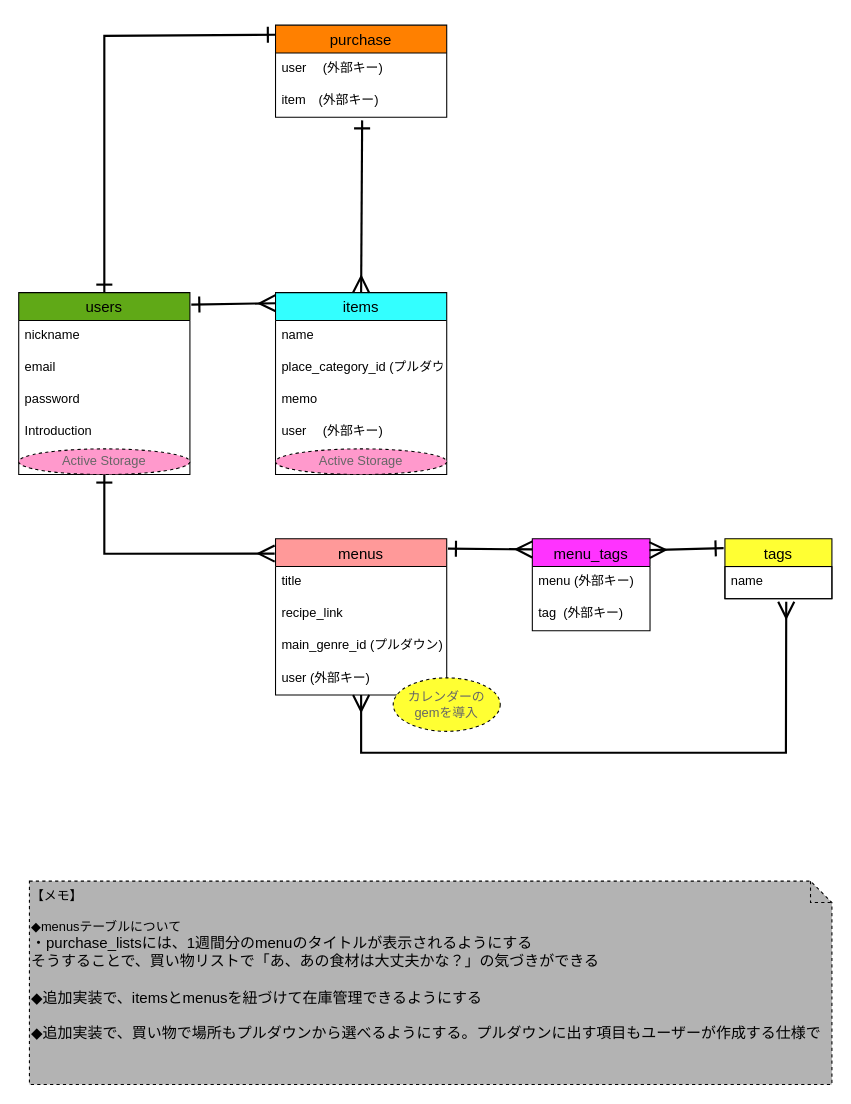
Earlier version of the draw.io diagram page "案1" (1 of 2) of ER.dio (miyazato1872/shopping_memo). Source tidied: cells renumbered, new cells numbered last; positions are measured from the earlier drawing's top-left corner, leaving out a move shared by most shapes. Both pictures are drawn from the tidied source at 107%, with x=0, y=0 at pixel (18, 25).
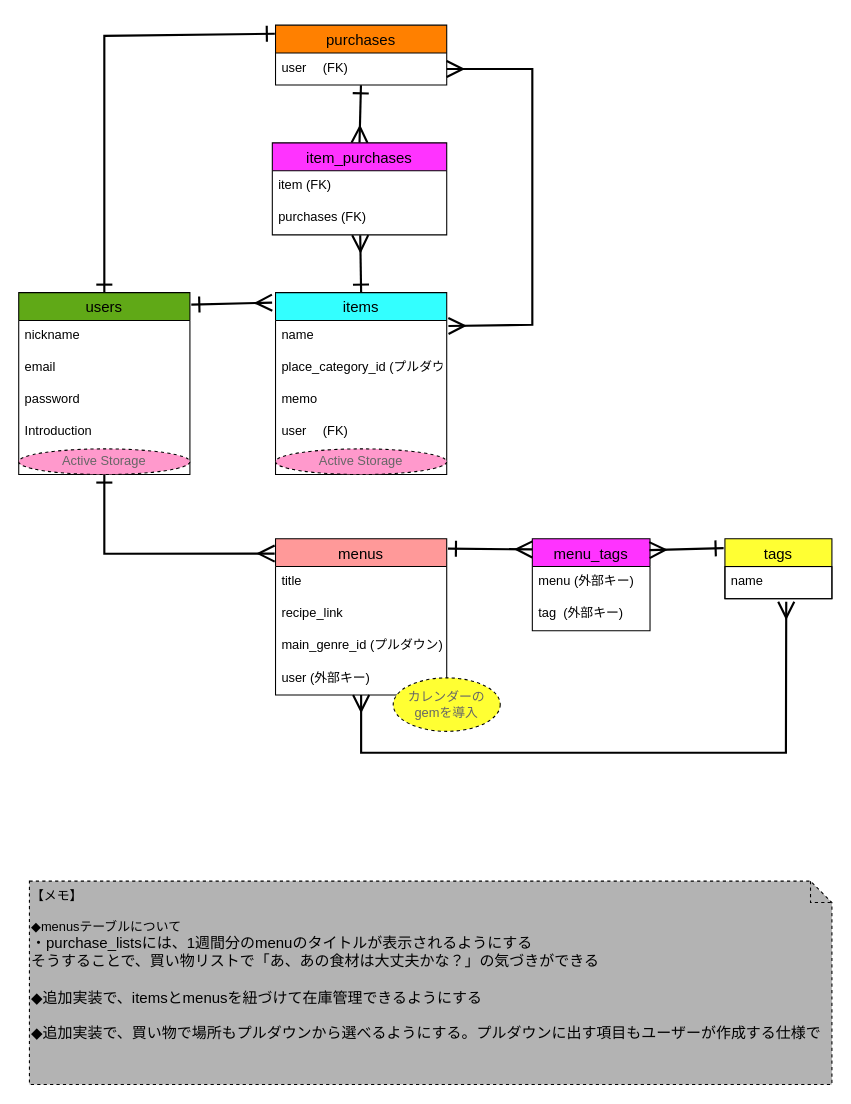
The same page after the edit.

Unchanged cells that the change refers to:
```xml
<mxCell id="2" value="users" style="swimlane;fontStyle=0;horizontal=1;startSize=26;align=center;fontSize=14;rounded=0;swimlaneLine=1;glass=0;shadow=0;fillColor=#60A917;fontColor=#000000;" parent="1" vertex="1">
  <mxGeometry y="250" width="160" height="170" as="geometry" />
</mxCell>
<mxCell id="8" value="items" style="swimlane;fontStyle=0;horizontal=1;startSize=26;align=center;fontSize=14;rounded=0;swimlaneLine=1;glass=0;shadow=0;fillColor=#33FFFF;fontColor=#000000;" parent="1" vertex="1">
  <mxGeometry x="240" y="250" width="160" height="170" as="geometry" />
</mxCell>
<mxCell id="9" value="name" style="text;strokeColor=none;fillColor=none;spacingLeft=4;spacingRight=4;overflow=hidden;points=[[0,0.5],[1,0.5]];portConstraint=eastwest;fontSize=12;" parent="8" vertex="1">
  <mxGeometry y="26" width="160" height="30" as="geometry" />
</mxCell>
```

Diff of the diagram source:
```diff
@@
-    <mxCell id="12" value="user 　(外部キー)" style="text;strokeColor=none;fillColor=none;spacingLeft=4;spacingRight=4;overflow=hidden;fontSize=12;" parent="8" vertex="1">
+    <mxCell id="12" value="user 　(FK)" style="text;strokeColor=none;fillColor=none;spacingLeft=4;spacingRight=4;overflow=hidden;fontSize=12;" parent="8" vertex="1">
       <mxGeometry y="116" width="160" height="30" as="geometry" />
     </mxCell>
@@
-    <mxCell id="14" value="purchase" style="swimlane;fontStyle=0;horizontal=1;startSize=26;align=center;fontSize=14;rounded=0;swimlaneLine=1;glass=0;shadow=0;fillColor=#FF8000;fontColor=#000000;" parent="1" vertex="1">
-      <mxGeometry x="240" width="160" height="86" as="geometry" />
+    <mxCell id="14" value="purchases" style="swimlane;fontStyle=0;horizontal=1;startSize=26;align=center;fontSize=14;rounded=0;swimlaneLine=1;glass=0;shadow=0;fillColor=#FF8000;fontColor=#000000;" parent="1" vertex="1">
+      <mxGeometry x="240" width="160" height="56" as="geometry" />
     </mxCell>
-    <mxCell id="15" value="user 　(外部キー)" style="text;strokeColor=none;fillColor=none;spacingLeft=4;spacingRight=4;overflow=hidden;points=[[0,0.5],[1,0.5]];portConstraint=eastwest;fontSize=12;" parent="14" vertex="1">
+    <mxCell id="15" value="user 　(FK)" style="text;strokeColor=none;fillColor=none;spacingLeft=4;spacingRight=4;overflow=hidden;points=[[0,0.5],[1,0.5]];portConstraint=eastwest;fontSize=12;" parent="14" vertex="1">
       <mxGeometry y="26" width="160" height="30" as="geometry" />
     </mxCell>
-    <mxCell id="16" value="item　(外部キー)" style="text;strokeColor=none;fillColor=none;spacingLeft=4;spacingRight=4;overflow=hidden;points=[[0,0.5],[1,0.5]];portConstraint=eastwest;fontSize=12;" parent="14" vertex="1">
-      <mxGeometry y="56" width="160" height="30" as="geometry" />
-    </mxCell>
-    <mxCell id="17" style="endArrow=ERone;html=1;rounded=0;strokeWidth=2;fontColor=#F0F0F0;startSize=12;endSize=12;sourcePerimeterSpacing=0;endFill=0;startArrow=ERmany;startFill=0;entryX=1.008;entryY=0.066;entryDx=0;entryDy=0;entryPerimeter=0;exitX=0;exitY=0.058;exitDx=0;exitDy=0;exitPerimeter=0;" parent="1" edge="1" source="8" target="2">
+    <mxCell id="17" style="endArrow=ERone;html=1;rounded=0;strokeWidth=2;fontColor=#F0F0F0;startSize=12;endSize=12;sourcePerimeterSpacing=0;endFill=0;startArrow=ERmany;startFill=0;entryX=1.008;entryY=0.066;entryDx=0;entryDy=0;entryPerimeter=0;exitX=-0.02;exitY=0.055;exitDx=0;exitDy=0;exitPerimeter=0;" parent="1" edge="1" source="8" target="2">
       <mxGeometry relative="1" as="geometry" />
     </mxCell>
-    <mxCell id="18" style="endArrow=ERmany;html=1;rounded=0;strokeWidth=2;fontColor=#F0F0F0;startSize=12;endSize=12;sourcePerimeterSpacing=0;endFill=0;startArrow=ERone;startFill=0;entryX=0.5;entryY=0;entryDx=0;entryDy=0;exitX=0.506;exitY=1.1;exitDx=0;exitDy=0;exitPerimeter=0;" parent="1" edge="1" source="16" target="8">
+    <mxCell id="18" style="endArrow=ERmany;html=1;rounded=0;strokeWidth=2;fontColor=#F0F0F0;startSize=12;endSize=12;sourcePerimeterSpacing=0;endFill=0;startArrow=ERone;startFill=0;exitX=0.499;exitY=1.006;exitDx=0;exitDy=0;exitPerimeter=0;entryX=0.5;entryY=0;entryDx=0;entryDy=0;" parent="1" edge="1" source="15" target="36">
       <mxGeometry relative="1" as="geometry" />
     </mxCell>
@@
-    <mxCell id="34" style="endArrow=ERone;html=1;rounded=0;strokeWidth=2;fontColor=#F0F0F0;startSize=12;endSize=12;sourcePerimeterSpacing=0;endFill=0;startArrow=ERone;startFill=0;entryX=0.5;entryY=0;entryDx=0;entryDy=0;exitX=0.002;exitY=0.104;exitDx=0;exitDy=0;exitPerimeter=0;" parent="1" edge="1" source="14" target="2">
+    <mxCell id="34" style="endArrow=ERone;html=1;rounded=0;strokeWidth=2;fontColor=#F0F0F0;startSize=12;endSize=12;sourcePerimeterSpacing=0;endFill=0;startArrow=ERone;startFill=0;entryX=0.5;entryY=0;entryDx=0;entryDy=0;exitX=-0.004;exitY=0.143;exitDx=0;exitDy=0;exitPerimeter=0;" parent="1" edge="1" source="14" target="2">
       <mxGeometry relative="1" as="geometry">
         <Array as="points">
           <mxPoint x="80" y="10" />
         </Array>
       </mxGeometry>
     </mxCell>
@@
+    <mxCell id="36" value="item_purchases" style="swimlane;fontStyle=0;horizontal=1;startSize=26;align=center;fontSize=14;rounded=0;swimlaneLine=1;glass=0;shadow=0;fillColor=#FF33FF;fontColor=#000000;" parent="1" vertex="1">
+      <mxGeometry x="237" y="110" width="163" height="86" as="geometry" />
+    </mxCell>
+    <mxCell id="37" value="item (FK)" style="text;strokeColor=none;fillColor=none;spacingLeft=4;spacingRight=4;overflow=hidden;fontSize=12;" parent="36" vertex="1">
+      <mxGeometry y="26" width="163" height="30" as="geometry" />
+    </mxCell>
+    <mxCell id="38" value="purchases (FK)" style="text;strokeColor=none;fillColor=none;spacingLeft=4;spacingRight=4;overflow=hidden;points=[[0,0.5],[1,0.5]];portConstraint=eastwest;fontSize=12;" parent="36" vertex="1">
+      <mxGeometry y="56" width="163" height="30" as="geometry" />
+    </mxCell>
+    <mxCell id="39" style="endArrow=ERmany;html=1;rounded=0;strokeWidth=2;fontColor=#F0F0F0;startSize=12;endSize=12;sourcePerimeterSpacing=0;endFill=0;startArrow=ERone;startFill=0;exitX=0.5;exitY=0;exitDx=0;exitDy=0;entryX=0.504;entryY=1.011;entryDx=0;entryDy=0;entryPerimeter=0;" parent="1" edge="1" source="8" target="38">
+      <mxGeometry relative="1" as="geometry" />
+    </mxCell>
+    <mxCell id="40" style="endArrow=ERmany;html=1;rounded=0;strokeWidth=2;fontColor=#F0F0F0;startSize=12;endSize=12;sourcePerimeterSpacing=0;endFill=0;startArrow=ERmany;startFill=0;exitX=1;exitY=0.5;exitDx=0;exitDy=0;entryX=1.01;entryY=0.172;entryDx=0;entryDy=0;entryPerimeter=0;" parent="1" edge="1" source="15" target="9">
+      <mxGeometry relative="1" as="geometry">
+        <Array as="points">
+          <mxPoint x="480" y="41" />
+          <mxPoint x="480" y="280" />
+        </Array>
+      </mxGeometry>
+    </mxCell>
```
